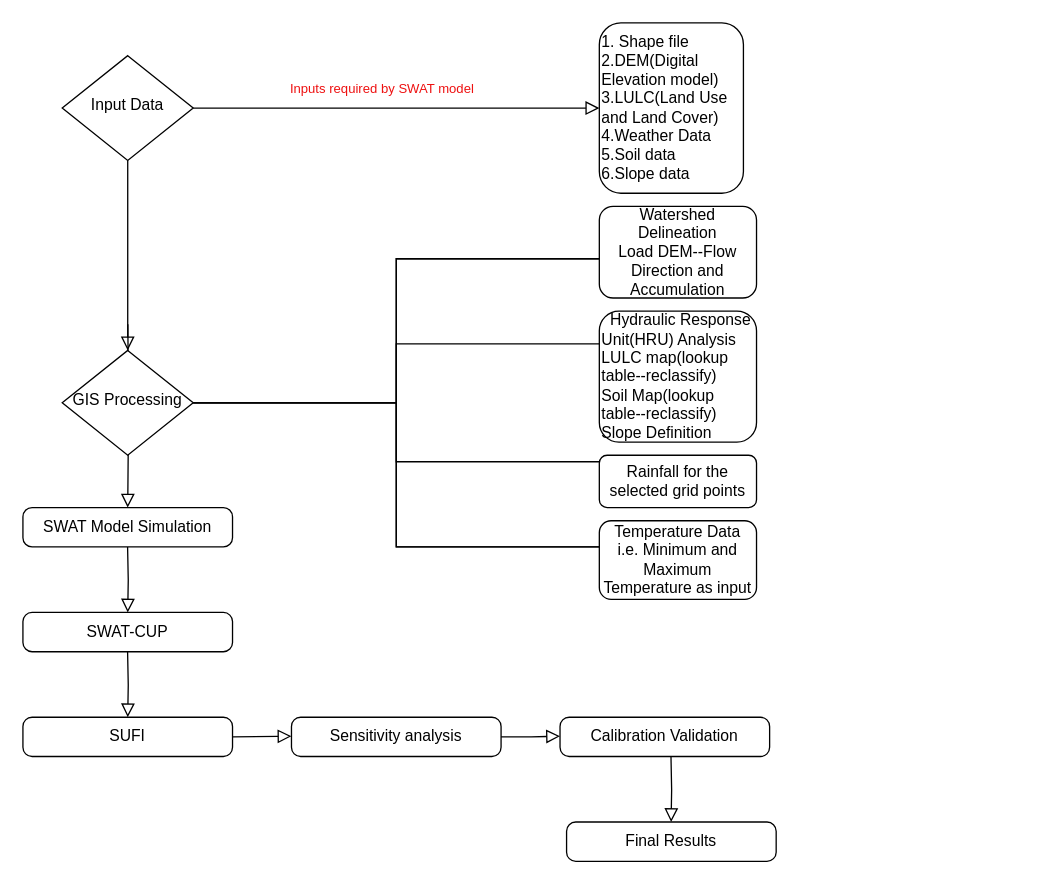
This is Untitled Diagram.drawio from Ekagra444/SWAT-flowchart-for-internship, a draw.io file, before an edit. Source tidied: cells renumbered, new cells numbered last; positions are measured from the earlier drawing's top-left corner, leaving out a move shared by most shapes. Both pictures are drawn from the tidied source at 131%, with x=0, y=0 at pixel (22, 22).
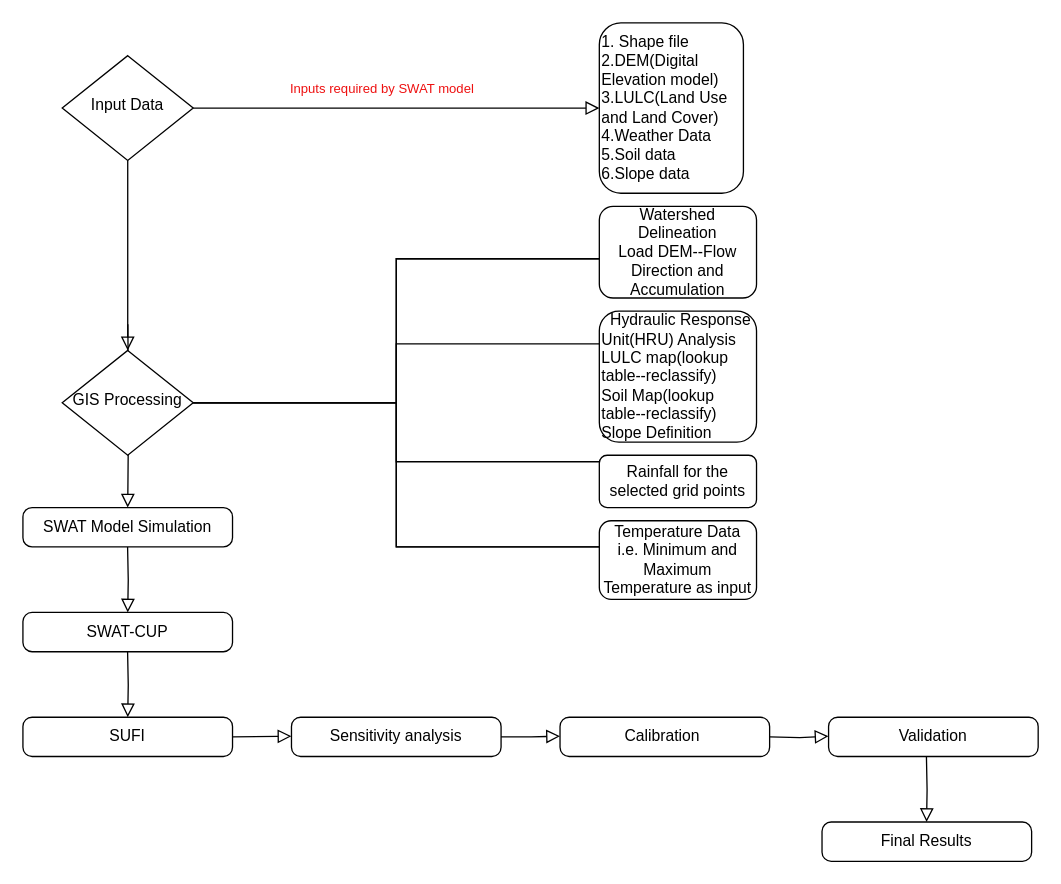
After the change.

What changed in the source:
```diff
@@
-    <mxCell id="24" value="Calibration Validation" style="rounded=1;whiteSpace=wrap;html=1;absoluteArcSize=1;arcSize=14;strokeWidth=1;" parent="1" vertex="1">
+    <mxCell id="24" value="Calibration&amp;nbsp;" style="rounded=1;whiteSpace=wrap;html=1;absoluteArcSize=1;arcSize=14;strokeWidth=1;" parent="1" vertex="1">
       <mxGeometry x="410" y="530" width="160" height="30" as="geometry" />
     </mxCell>
     <mxCell id="25" style="rounded=0;html=1;jettySize=auto;orthogonalLoop=1;fontSize=11;endArrow=block;endFill=0;endSize=8;strokeWidth=1;shadow=0;labelBackgroundColor=none;edgeStyle=orthogonalEdgeStyle;exitX=0.5;exitY=1;exitDx=0;exitDy=0;" parent="1" edge="1">
       <mxGeometry y="20" relative="1" as="geometry">
-        <mxPoint x="494.7" y="560" as="sourcePoint" />
-        <mxPoint x="494.8" y="610" as="targetPoint" />
+        <mxPoint x="689.7" y="560" as="sourcePoint" />
+        <mxPoint x="689.8" y="610" as="targetPoint" />
       </mxGeometry>
     </mxCell>
     <mxCell id="26" value="Final Results" style="rounded=1;whiteSpace=wrap;html=1;absoluteArcSize=1;arcSize=14;strokeWidth=1;" parent="1" vertex="1">
-      <mxGeometry x="415" y="610" width="160" height="30" as="geometry" />
+      <mxGeometry x="610" y="610" width="160" height="30" as="geometry" />
     </mxCell>
+    <mxCell id="27" style="rounded=0;html=1;jettySize=auto;orthogonalLoop=1;fontSize=11;endArrow=block;endFill=0;endSize=8;strokeWidth=1;shadow=0;labelBackgroundColor=none;edgeStyle=orthogonalEdgeStyle;exitX=1;exitY=0.5;exitDx=0;exitDy=0;" parent="1" edge="1">
+      <mxGeometry y="20" relative="1" as="geometry">
+        <mxPoint x="570" y="545" as="sourcePoint" />
+        <mxPoint x="615" y="544.5" as="targetPoint" />
+      </mxGeometry>
+    </mxCell>
+    <mxCell id="28" value="Validation" style="rounded=1;whiteSpace=wrap;html=1;absoluteArcSize=1;arcSize=14;strokeWidth=1;" parent="1" vertex="1">
+      <mxGeometry x="615" y="530" width="160" height="30" as="geometry" />
+    </mxCell>
```
